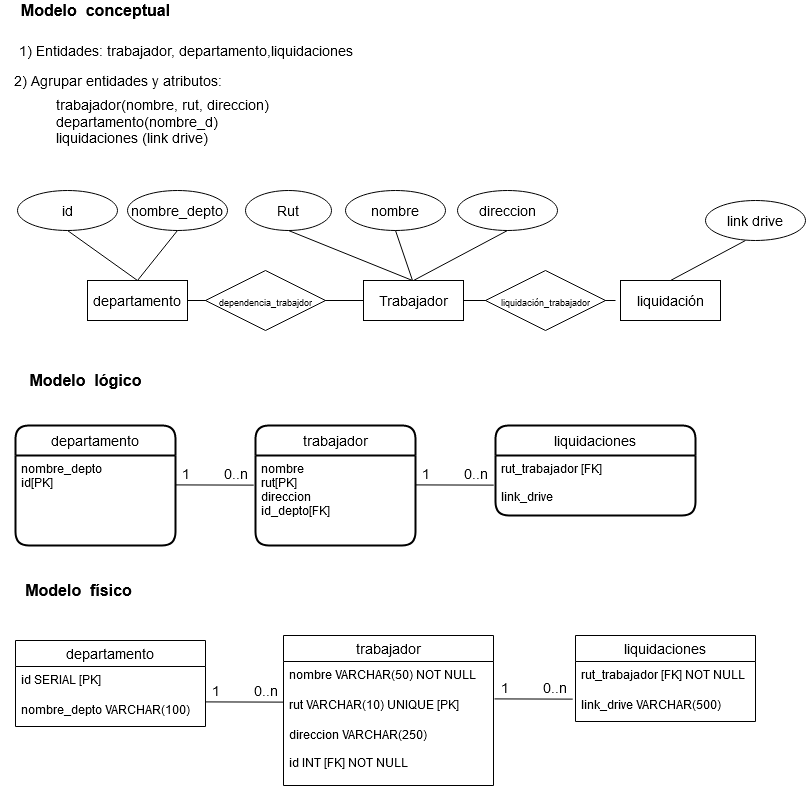
Above: Caso1_modelos.png in gilibethvega/modelamiento_de_datos (draw.io), before the change. Source tidied: cells renumbered, new cells last; positions are measured from the earlier drawing's top-left corner, leaving out a move shared by most shapes.
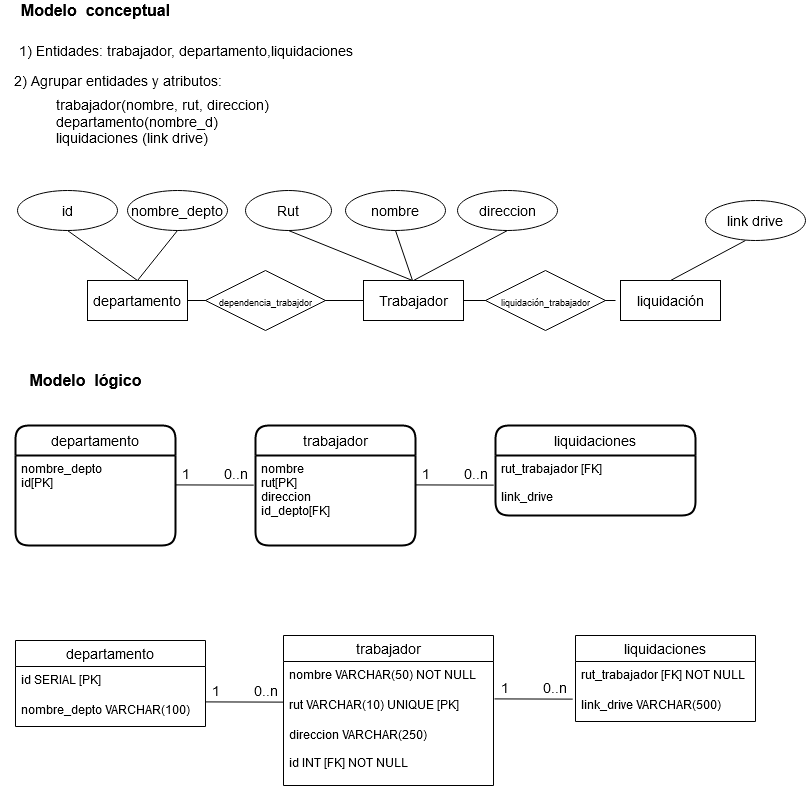
Later version of the same file.

Change to the diagram source:
```diff
@@ -90,9 +90,6 @@
         <mxPoint x="137" y="280" as="sourcePoint" />
       </mxGeometry>
     </mxCell>
-    <mxCell id="28" value="Modelo&amp;nbsp; físico" style="text;html=1;align=center;verticalAlign=middle;fontSize=16;fontStyle=1;" parent="1" vertex="1">
-      <mxGeometry x="18" y="580" width="120" height="20" as="geometry" />
-    </mxCell>
     <mxCell id="29" value="trabajador" style="swimlane;fontStyle=0;horizontal=1;startSize=26;align=center;fontSize=14;" parent="1" vertex="1">
       <mxGeometry x="283" y="635" width="210" height="150" as="geometry" />
     </mxCell>
```
